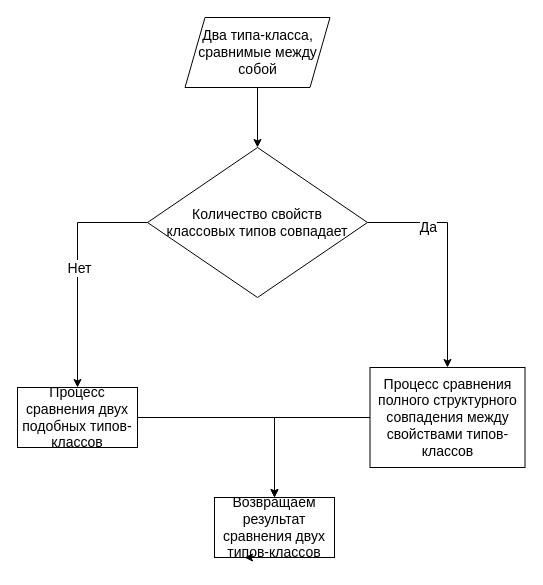
Above: doc/Сравнение 2 типов-классов.drawio in mrsadman99/quicktypeJsonToJsonSchema (draw.io), before the change. Source tidied: cells renumbered, new cells numbered last; positions are measured from the earlier drawing's top-left corner, leaving out a move shared by most shapes. Both pictures are drawn from the tidied source at 100%, with x=0, y=0 at pixel (17, 17).
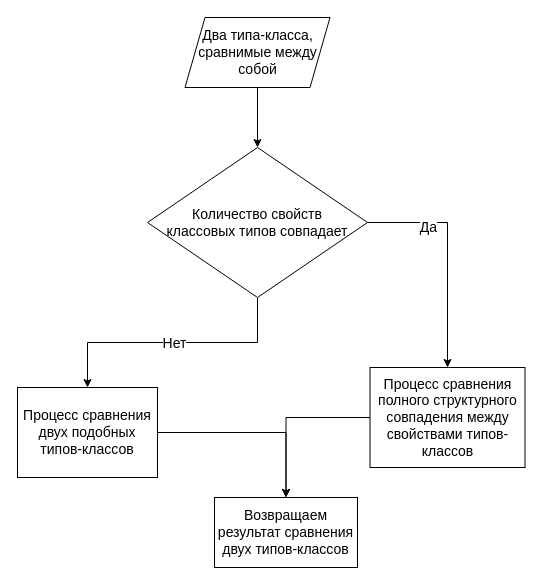
After the change.

What changed in the source:
```diff
@@
 <mxGraphModel>
   <root>
     <mxCell id="0" />
     <mxCell id="1" parent="0" />
     <mxCell id="2" style="edgeStyle=orthogonalEdgeStyle;rounded=0;jettySize=auto;html=1;fontSize=14;" parent="1" edge="1" source="3" target="8">
       <mxGeometry relative="1" as="geometry" />
     </mxCell>
     <mxCell id="3" value="Два типа-класса, сравнимые между собой" style="shape=parallelogram;perimeter=parallelogramPerimeter;whiteSpace=wrap;html=1;fixedSize=1;fontSize=14;" parent="1" vertex="1">
       <mxGeometry x="167.5" width="145" height="70" as="geometry" />
     </mxCell>
     <mxCell id="4" style="edgeStyle=orthogonalEdgeStyle;rounded=0;jettySize=auto;html=1;entryX=0.5;entryY=0;entryDx=0;entryDy=0;fontSize=14;" parent="1" edge="1" source="8" target="10">
       <mxGeometry relative="1" as="geometry" />
     </mxCell>
     <mxCell id="5" value="Да" style="edgeLabel;html=1;align=center;verticalAlign=middle;fontSize=14;" parent="4" vertex="1">
       <mxGeometry x="-0.47" y="-4" relative="1" as="geometry" />
     </mxCell>
     <mxCell id="6" style="edgeStyle=orthogonalEdgeStyle;rounded=0;jettySize=auto;html=1;entryX=0.5;entryY=0;entryDx=0;entryDy=0;fontSize=14;" parent="1" edge="1" source="8" target="12">
       <mxGeometry relative="1" as="geometry" />
     </mxCell>
     <mxCell id="7" value="Нет" style="edgeLabel;html=1;align=center;verticalAlign=middle;fontSize=14;" parent="6" vertex="1">
       <mxGeometry x="-0.01" y="1" relative="1" as="geometry">
         <mxPoint y="-1" as="offset" />
       </mxGeometry>
     </mxCell>
     <mxCell id="8" value="&lt;span style=&quot;font-size: 14px;&quot;&gt;Количество свойств классовых типов совпадает&lt;/span&gt;" style="rhombus;whiteSpace=wrap;html=1;spacingLeft=15;spacingRight=15;fontSize=14;" parent="1" vertex="1">
       <mxGeometry x="130" y="130" width="220" height="150" as="geometry" />
     </mxCell>
     <mxCell id="9" style="edgeStyle=orthogonalEdgeStyle;rounded=0;jettySize=auto;html=1;fontSize=14;" parent="1" edge="1" source="10" target="13">
       <mxGeometry relative="1" as="geometry" />
     </mxCell>
     <mxCell id="10" value="Процесс сравнения полного структурного совпадения между свойствами типов-классов" style="rounded=0;whiteSpace=wrap;html=1;fontSize=14;" parent="1" vertex="1">
       <mxGeometry x="352.5" y="350" width="155" height="100" as="geometry" />
     </mxCell>
     <mxCell id="11" style="edgeStyle=orthogonalEdgeStyle;rounded=0;jettySize=auto;html=1;entryX=0.5;entryY=0;entryDx=0;entryDy=0;fontSize=14;" parent="1" edge="1" source="12" target="13">
       <mxGeometry relative="1" as="geometry" />
     </mxCell>
     <mxCell id="12" value="Процесс сравнения двух подобных типов-классов" style="rounded=0;whiteSpace=wrap;html=1;fontSize=14;" parent="1" vertex="1">
-      <mxGeometry y="370" width="120" height="60" as="geometry" />
+      <mxGeometry y="370" width="140" height="90" as="geometry" />
     </mxCell>
     <mxCell id="13" value="Возвращаем результат сравнения двух типов-классов" style="rounded=0;whiteSpace=wrap;html=1;fontSize=14;" parent="1" vertex="1">
-      <mxGeometry x="197" y="480" width="120" height="60" as="geometry" />
+      <mxGeometry x="197" y="480" width="143" height="70" as="geometry" />
     </mxCell>
-    <mxCell id="14" style="edgeStyle=orthogonalEdgeStyle;rounded=0;orthogonalLoop=1;jettySize=auto;html=1;exitX=0.5;exitY=1;exitDx=0;exitDy=0;entryX=0.25;entryY=1;entryDx=0;entryDy=0;" parent="1" edge="1" source="13" target="13">
-      <mxGeometry relative="1" as="geometry" />
-    </mxCell>
   </root>
 </mxGraphModel>
```
